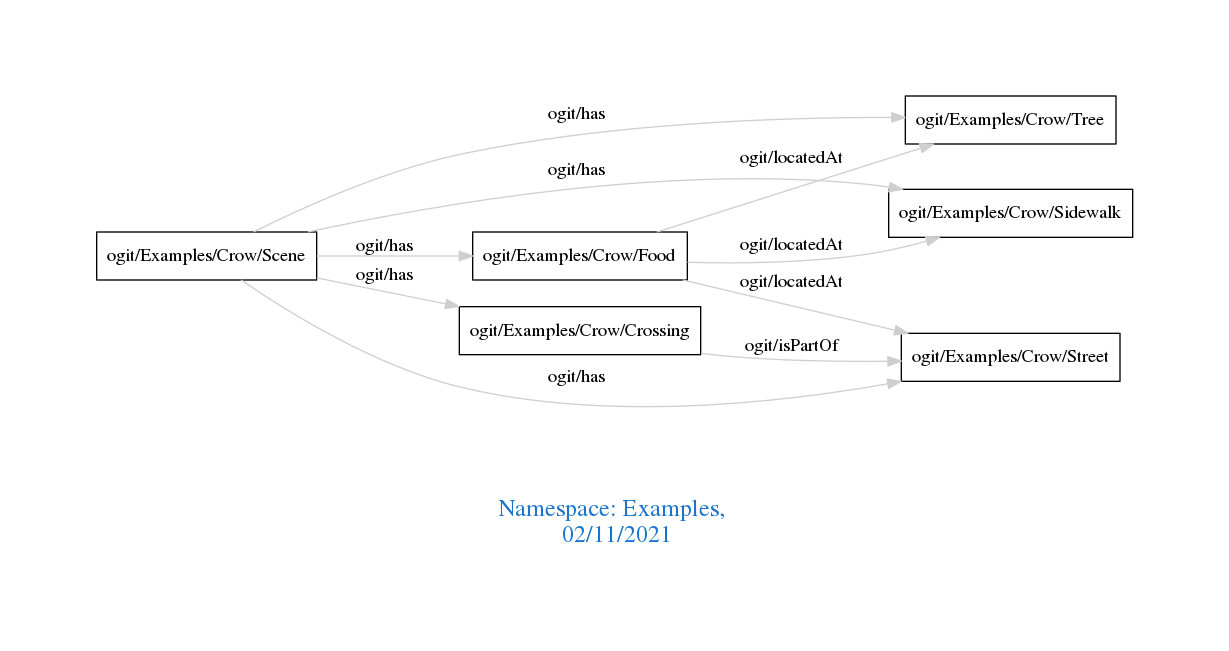
Before: downloads/Examples.png, a diagram exported from Graphviz (arago/OGIT). Its source is kept beside it as downloads/Examples.dot.
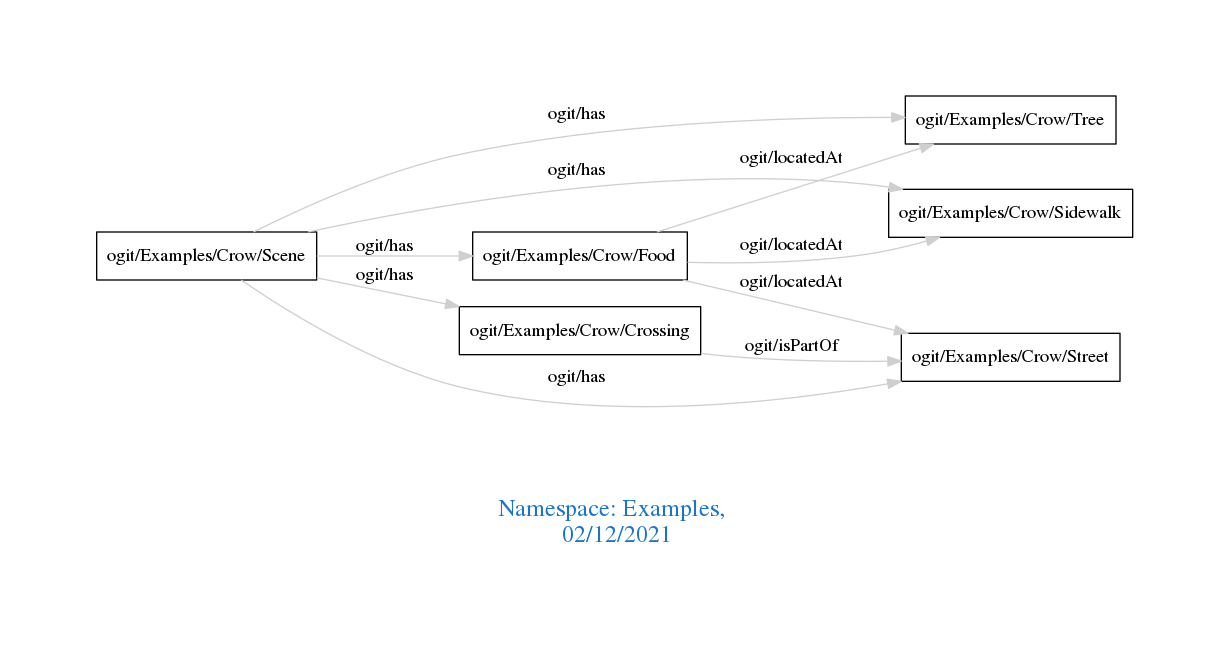
The same file after the commit.

The edit, as a diff of the source:
```diff
@@ -1,7 +1,7 @@
 digraph OGIT_ontology {
  graph [ rankdir= LR,pad=1
 fontsize = 18,
-fontcolor= dodgerblue3,label = "\n\n\nNamespace: Examples, \n 02/11/2021"];
+fontcolor= dodgerblue3,label = "\n\n\nNamespace: Examples, \n 02/12/2021"];
 node[shape=polygon];
 edge [  color="gray81"];
 
```
